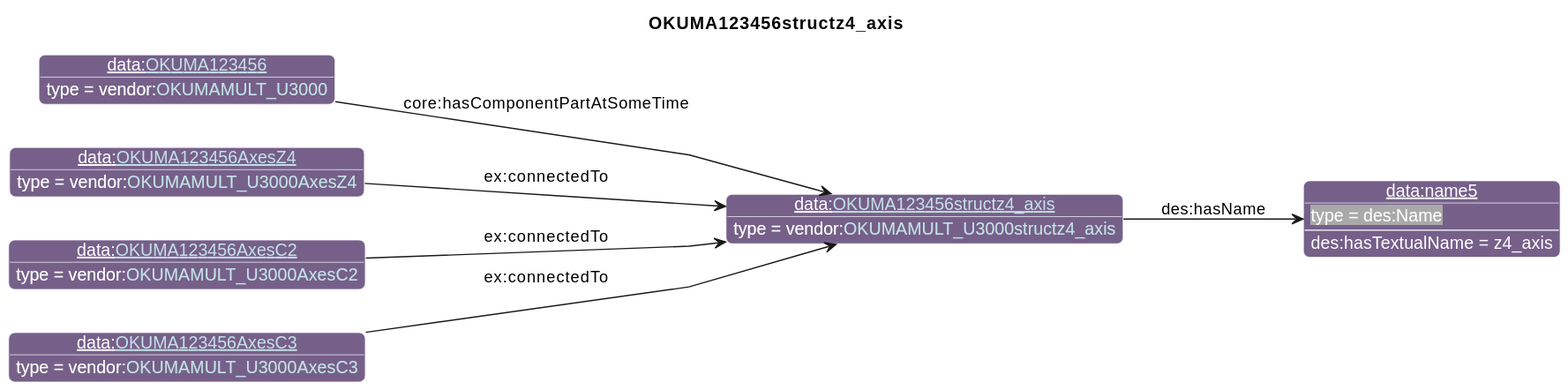
iofoundry/example-syseng-mtconnect keeps this PlantUML diagram as diagrams/OKUMA123456structz4_axis.svg. Above is the earlier version.
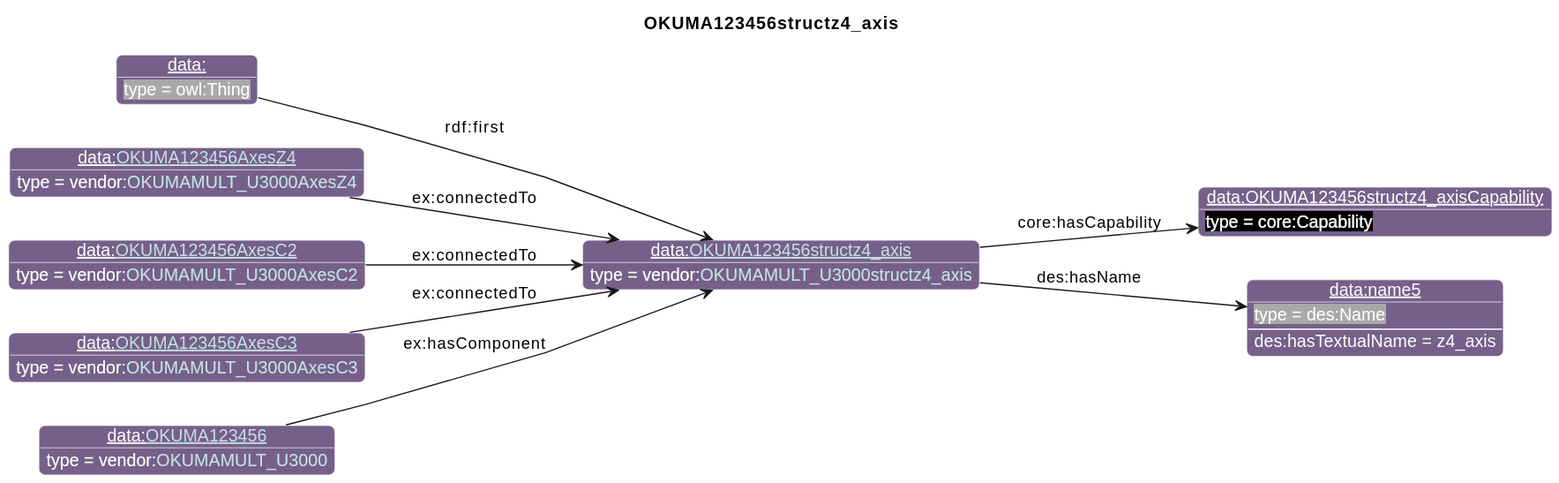
Later version of the same file.

The edit, as a diff of the source:
```diff
@@ -26,15 +26,19 @@
                       "qp":"641B2E"
       }
 individual(o0, data:[[./OKUMA123456structz4_axis.html OKUMA123456structz4_axis]], vendor:[[../OKUMA.html#OKUMAMULT_U3000structz4_axis OKUMAMULT_U3000structz4_axis]])
-individual(o1, data:name5, des:Name)
-individual(o2, data:[[./OKUMA123456.html OKUMA123456]], vendor:[[../OKUMA.html#OKUMAMULT_U3000 OKUMAMULT_U3000]])
-individual(o3, data:[[./OKUMA123456AxesZ4.html OKUMA123456AxesZ4]], vendor:[[../OKUMA.html#OKUMAMULT_U3000AxesZ4 OKUMAMULT_U3000AxesZ4]])
-individual(o4, data:[[./OKUMA123456AxesC2.html OKUMA123456AxesC2]], vendor:[[../OKUMA.html#OKUMAMULT_U3000AxesC2 OKUMAMULT_U3000AxesC2]])
-individual(o5, data:[[./OKUMA123456AxesC3.html OKUMA123456AxesC3]], vendor:[[../OKUMA.html#OKUMAMULT_U3000AxesC3 OKUMAMULT_U3000AxesC3]])
-property(o0, "des:hasName", o1)
-data(o1, "des:hasTextualName", "z4_axis")
-property(o2, "core:hasComponentPartAtSomeTime", o0)
-property(o3, "ex:connectedTo", o0)
+individual(o1, data:OKUMA123456structz4_axisCapability, core:Capability)
+individual(o2, data:name5, des:Name)
+individual(o3, data:, owl:Thing)
+individual(o4, data:[[./OKUMA123456AxesZ4.html OKUMA123456AxesZ4]], vendor:[[../OKUMA.html#OKUMAMULT_U3000AxesZ4 OKUMAMULT_U3000AxesZ4]])
+individual(o5, data:[[./OKUMA123456AxesC2.html OKUMA123456AxesC2]], vendor:[[../OKUMA.html#OKUMAMULT_U3000AxesC2 OKUMAMULT_U3000AxesC2]])
+individual(o6, data:[[./OKUMA123456AxesC3.html OKUMA123456AxesC3]], vendor:[[../OKUMA.html#OKUMAMULT_U3000AxesC3 OKUMAMULT_U3000AxesC3]])
+individual(o7, data:[[./OKUMA123456.html OKUMA123456]], vendor:[[../OKUMA.html#OKUMAMULT_U3000 OKUMAMULT_U3000]])
+property(o0, "core:hasCapability", o1)
+property(o0, "des:hasName", o2)
+data(o2, "des:hasTextualName", "z4_axis")
+property(o3, "rdf:first", o0)
 property(o4, "ex:connectedTo", o0)
 property(o5, "ex:connectedTo", o0)
+property(o6, "ex:connectedTo", o0)
+property(o7, "ex:hasComponent", o0)
 @enduml
```
